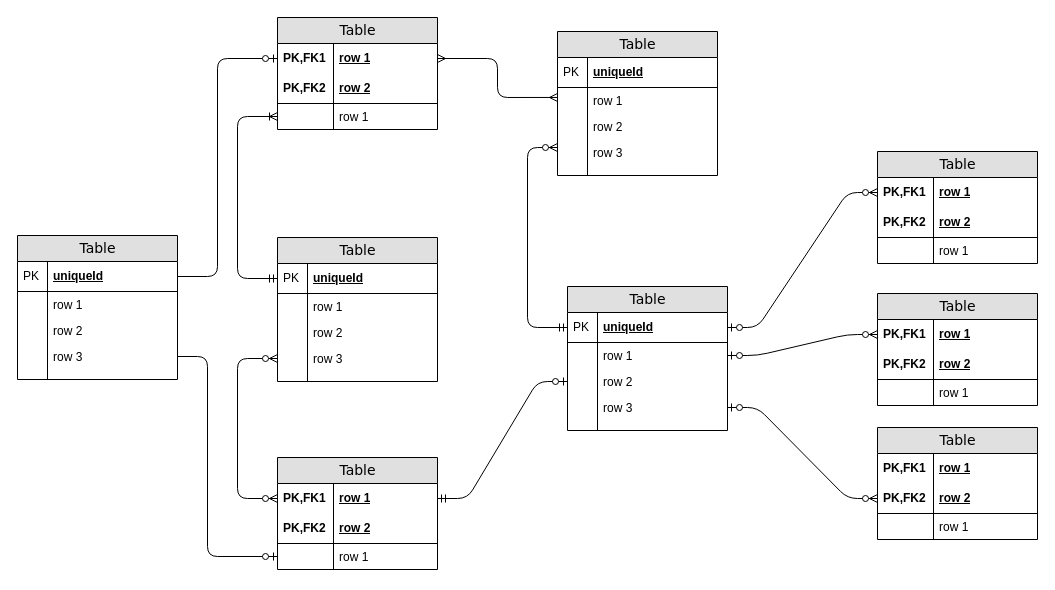
Before: Untitled Diagram.drawio in kireihei/ProjectFlowchart2023, a draw.io diagram. Source tidied: cells renumbered, new cells numbered last; positions are measured from the earlier drawing's top-left corner, leaving out a move shared by most shapes. Both pictures are drawn from the tidied source at 100%, with x=0, y=0 at pixel (17, 17).
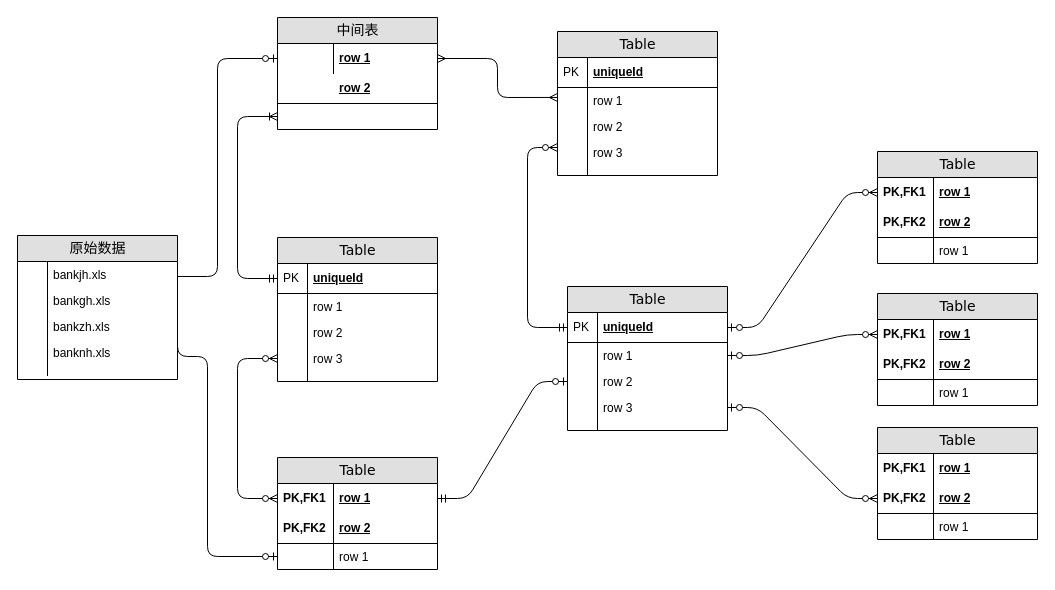
The same diagram, later.

Unchanged cells that the change refers to:
```xml
<mxCell id="3" value="row 1" style="shape=partialRectangle;top=0;left=0;right=0;bottom=0;html=1;align=left;verticalAlign=middle;fillColor=none;spacingLeft=60;spacingRight=4;whiteSpace=wrap;overflow=hidden;points=[[0,0.5],[1,0.5]];portConstraint=eastwest;fontStyle=5;" parent="2" vertex="1">
  <mxGeometry y="26" width="160" height="30" as="geometry" />
</mxCell>
<mxCell id="5" value="row 2" style="shape=partialRectangle;top=0;left=0;right=0;bottom=1;html=1;align=left;verticalAlign=middle;fillColor=none;spacingLeft=60;spacingRight=4;whiteSpace=wrap;overflow=hidden;fontStyle=5;" parent="2" vertex="1">
  <mxGeometry y="56" width="160" height="30" as="geometry" />
</mxCell>
<mxCell id="21" value="uniqueId" style="shape=partialRectangle;top=0;left=0;right=0;bottom=1;html=1;align=left;verticalAlign=middle;fillColor=none;spacingLeft=34;spacingRight=4;whiteSpace=wrap;overflow=hidden;points=[[0,0.5],[1,0.5]];portConstraint=eastwest;fontStyle=5;" parent="20" vertex="1">
  <mxGeometry y="26" width="160" height="30" as="geometry" />
</mxCell>
```

The edit, as a diff of the source:
```diff
@@
-    <mxCell id="2" value="Table" style="swimlane;html=1;fontStyle=0;horizontal=1;startSize=26;fillColor=#e0e0e0;swimlaneFillColor=#ffffff;align=center;rounded=0;shadow=0;comic=0;labelBackgroundColor=none;strokeWidth=1;fontFamily=Verdana;fontSize=14;" parent="1" vertex="1">
+    <mxCell id="2" value="中间表" style="swimlane;html=1;fontStyle=0;horizontal=1;startSize=26;fillColor=#e0e0e0;swimlaneFillColor=#ffffff;align=center;rounded=0;shadow=0;comic=0;labelBackgroundColor=none;strokeWidth=1;fontFamily=Verdana;fontSize=14;" parent="1" vertex="1">
       <mxGeometry x="260" width="160" height="112" as="geometry" />
     </mxCell>
@@
-    <mxCell id="4" value="PK,FK1" style="shape=partialRectangle;fontStyle=1;top=0;left=0;bottom=0;html=1;fillColor=none;align=left;verticalAlign=middle;spacingLeft=4;spacingRight=4;whiteSpace=wrap;overflow=hidden;" parent="3" vertex="1">
+    <mxCell id="4" style="shape=partialRectangle;fontStyle=1;top=0;left=0;bottom=0;html=1;fillColor=none;align=left;verticalAlign=middle;spacingLeft=4;spacingRight=4;whiteSpace=wrap;overflow=hidden;" parent="3" vertex="1">
       <mxGeometry width="56" height="30" as="geometry" />
     </mxCell>
@@
-    <mxCell id="6" value="PK,FK2" style="shape=partialRectangle;fontStyle=1;top=0;left=0;bottom=0;html=1;fillColor=none;align=left;verticalAlign=middle;spacingLeft=4;spacingRight=4;whiteSpace=wrap;overflow=hidden;" parent="5" vertex="1">
-      <mxGeometry width="56" height="30" as="geometry" />
-    </mxCell>
-    <mxCell id="7" value="row 1" style="shape=partialRectangle;top=0;left=0;right=0;bottom=0;html=1;align=left;verticalAlign=top;fillColor=none;spacingLeft=60;spacingRight=4;whiteSpace=wrap;overflow=hidden;points=[[0,0.5],[1,0.5]];portConstraint=eastwest;" parent="2" vertex="1">
-      <mxGeometry y="86" width="160" height="26" as="geometry" />
-    </mxCell>
-    <mxCell id="8" style="shape=partialRectangle;top=0;left=0;bottom=0;html=1;fillColor=none;align=left;verticalAlign=top;spacingLeft=4;spacingRight=4;whiteSpace=wrap;overflow=hidden;" parent="7" vertex="1">
-      <mxGeometry width="56" height="26" as="geometry" />
-    </mxCell>
@@
-    <mxCell id="56" style="edgeStyle=orthogonalEdgeStyle;html=1;endArrow=ERoneToMany;startArrow=ERmandOne;labelBackgroundColor=none;fontFamily=Verdana;fontSize=14;entryX=0;entryY=0.5;exitX=0;exitY=0.5;" parent="1" edge="1" source="21" target="7">
+    <mxCell id="56" style="edgeStyle=orthogonalEdgeStyle;html=1;endArrow=ERoneToMany;startArrow=ERmandOne;labelBackgroundColor=none;fontFamily=Verdana;fontSize=14;entryX=0;entryY=0.5;exitX=0;exitY=0.5;" parent="1" edge="1" source="21">
       <mxGeometry relative="1" as="geometry">
+        <mxPoint x="260" y="99" as="targetPoint" />
         <Array as="points">
           <mxPoint x="220" y="261" />
           <mxPoint x="220" y="99" />
         </Array>
       </mxGeometry>
     </mxCell>
@@
-    <mxCell id="78" value="Table" style="swimlane;html=1;fontStyle=0;horizontal=1;startSize=26;fillColor=#e0e0e0;swimlaneFillColor=#ffffff;align=center;rounded=0;shadow=0;comic=0;labelBackgroundColor=none;strokeWidth=1;fontFamily=Verdana;fontSize=14;" parent="1" vertex="1">
+    <mxCell id="78" value="原始数据" style="swimlane;html=1;fontStyle=0;horizontal=1;startSize=26;fillColor=#e0e0e0;swimlaneFillColor=#ffffff;align=center;rounded=0;shadow=0;comic=0;labelBackgroundColor=none;strokeWidth=1;fontFamily=Verdana;fontSize=14;" parent="1" vertex="1">
       <mxGeometry y="218" width="160" height="144" as="geometry" />
     </mxCell>
-    <mxCell id="79" value="uniqueId" style="shape=partialRectangle;top=0;left=0;right=0;bottom=1;html=1;align=left;verticalAlign=middle;fillColor=none;spacingLeft=34;spacingRight=4;whiteSpace=wrap;overflow=hidden;points=[[0,0.5],[1,0.5]];portConstraint=eastwest;fontStyle=5;" parent="78" vertex="1">
-      <mxGeometry y="26" width="160" height="30" as="geometry" />
-    </mxCell>
-    <mxCell id="80" value="PK" style="shape=partialRectangle;top=0;left=0;bottom=0;html=1;fillColor=none;align=left;verticalAlign=middle;spacingLeft=4;spacingRight=4;whiteSpace=wrap;overflow=hidden;" parent="79" vertex="1">
-      <mxGeometry width="30" height="30" as="geometry" />
-    </mxCell>
-    <mxCell id="81" value="row 1" style="shape=partialRectangle;top=0;left=0;right=0;bottom=0;html=1;align=left;verticalAlign=top;fillColor=none;spacingLeft=34;spacingRight=4;whiteSpace=wrap;overflow=hidden;" parent="78" vertex="1">
-      <mxGeometry y="56" width="160" height="26" as="geometry" />
+    <mxCell id="81" value="bankjh.xls" style="shape=partialRectangle;top=0;left=0;right=0;bottom=0;html=1;align=left;verticalAlign=top;fillColor=none;spacingLeft=34;spacingRight=4;whiteSpace=wrap;overflow=hidden;" parent="78" vertex="1">
+      <mxGeometry y="26" width="160" height="26" as="geometry" />
     </mxCell>
@@
-    <mxCell id="83" value="row 2" style="shape=partialRectangle;top=0;left=0;right=0;bottom=0;html=1;align=left;verticalAlign=top;fillColor=none;spacingLeft=34;spacingRight=4;whiteSpace=wrap;overflow=hidden;" parent="78" vertex="1">
-      <mxGeometry y="82" width="160" height="26" as="geometry" />
+    <mxCell id="83" value="bankgh.xls" style="shape=partialRectangle;top=0;left=0;right=0;bottom=0;html=1;align=left;verticalAlign=top;fillColor=none;spacingLeft=34;spacingRight=4;whiteSpace=wrap;overflow=hidden;" parent="78" vertex="1">
+      <mxGeometry y="52" width="160" height="26" as="geometry" />
     </mxCell>
@@
-    <mxCell id="85" value="row 3" style="shape=partialRectangle;top=0;left=0;right=0;bottom=0;html=1;align=left;verticalAlign=top;fillColor=none;spacingLeft=34;spacingRight=4;whiteSpace=wrap;overflow=hidden;points=[[0,0.5],[1,0.5]];portConstraint=eastwest;" parent="78" vertex="1">
-      <mxGeometry y="108" width="160" height="26" as="geometry" />
+    <mxCell id="85" value="bankzh.xls" style="shape=partialRectangle;top=0;left=0;right=0;bottom=0;html=1;align=left;verticalAlign=top;fillColor=none;spacingLeft=34;spacingRight=4;whiteSpace=wrap;overflow=hidden;points=[[0,0.5],[1,0.5]];portConstraint=eastwest;" parent="78" vertex="1">
+      <mxGeometry y="78" width="160" height="26" as="geometry" />
     </mxCell>
@@
-    <mxCell id="87" style="shape=partialRectangle;top=0;left=0;right=0;bottom=0;html=1;align=left;verticalAlign=top;fillColor=none;spacingLeft=34;spacingRight=4;whiteSpace=wrap;overflow=hidden;" parent="78" vertex="1">
-      <mxGeometry y="134" width="160" height="10" as="geometry" />
+    <mxCell id="87" value="banknh.xls" style="shape=partialRectangle;top=0;left=0;right=0;bottom=0;html=1;align=left;verticalAlign=top;fillColor=none;spacingLeft=34;spacingRight=4;whiteSpace=wrap;overflow=hidden;" parent="78" vertex="1">
+      <mxGeometry y="104" width="160" height="36" as="geometry" />
     </mxCell>
     <mxCell id="88" style="shape=partialRectangle;top=0;left=0;bottom=0;html=1;fillColor=none;align=left;verticalAlign=top;spacingLeft=4;spacingRight=4;whiteSpace=wrap;overflow=hidden;" parent="87" vertex="1">
-      <mxGeometry width="30" height="10" as="geometry" />
+      <mxGeometry width="30" height="36" as="geometry" />
     </mxCell>
-    <mxCell id="89" style="edgeStyle=orthogonalEdgeStyle;html=1;endArrow=ERzeroToOne;endFill=1;labelBackgroundColor=none;fontFamily=Verdana;fontSize=14;entryX=0;entryY=0.5;exitX=1;exitY=0.5;" parent="1" edge="1" source="79" target="3">
+    <mxCell id="89" style="edgeStyle=orthogonalEdgeStyle;html=1;endArrow=ERzeroToOne;endFill=1;labelBackgroundColor=none;fontFamily=Verdana;fontSize=14;entryX=0;entryY=0.5;exitX=1;exitY=0.5;" parent="1" edge="1" target="3">
       <mxGeometry relative="1" as="geometry">
+        <mxPoint x="160" y="259" as="sourcePoint" />
         <Array as="points">
           <mxPoint x="200" y="259" />
           <mxPoint x="200" y="41" />
         </Array>
       </mxGeometry>
     </mxCell>
```
